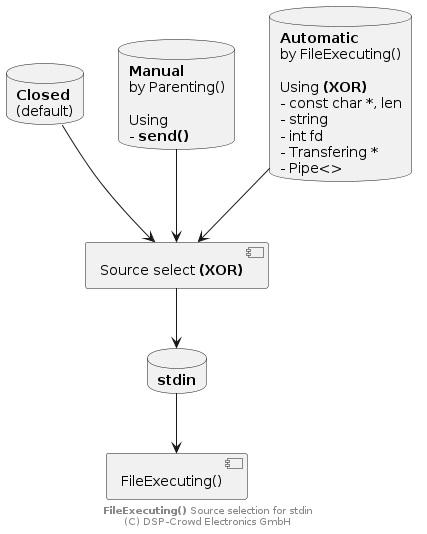
Earlier version of the PlantUML export doc/system/FileExecuting/fe-sources.png (NoOrientationProgramming/ProcessingCommon). Source of this version:
```plantuml
@startuml

skinparam backgroundColor #ffffff

database "**Closed**\n(default)" as srcClosed
database "**Manual**\nby Parenting()\n\nUsing\n- **send()**" as srcManual
database "**Automatic**\nby FileExecuting()\n\nUsing **(XOR)**\n- const char *, len\n- string\n- int fd\n- Transfering *\n- Pipe<>" as srcAuto
component "Source select **(XOR)**" as srcSel
database "**stdin**" as stdin
component "FileExecuting()" as chld

srcClosed --> srcSel
srcManual --> srcSel
srcAuto --> srcSel
srcSel --> stdin
stdin --> chld

footer **FileExecuting()** Source selection for stdin\n(C) DSP-Crowd Electronics GmbH

@enduml
```
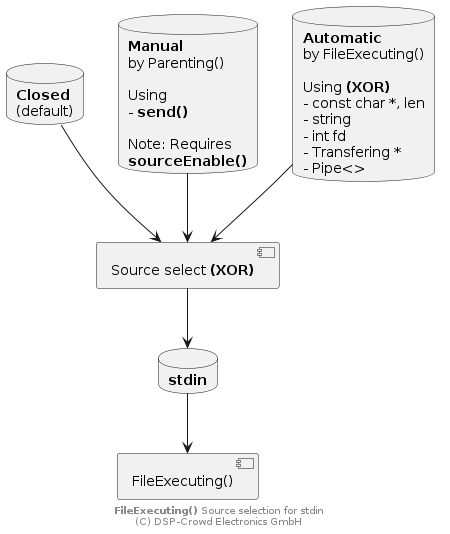
Later version of the same file.

Diff of the diagram source:
```diff
@@ -3,7 +3,7 @@
 skinparam backgroundColor #ffffff
 
 database "**Closed**\n(default)" as srcClosed
-database "**Manual**\nby Parenting()\n\nUsing\n- **send()**" as srcManual
+database "**Manual**\nby Parenting()\n\nUsing\n- **send()**\n\nNote: Requires\n**sourceEnable()**" as srcManual
 database "**Automatic**\nby FileExecuting()\n\nUsing **(XOR)**\n- const char *, len\n- string\n- int fd\n- Transfering *\n- Pipe<>" as srcAuto
 component "Source select **(XOR)**" as srcSel
 database "**stdin**" as stdin
```
